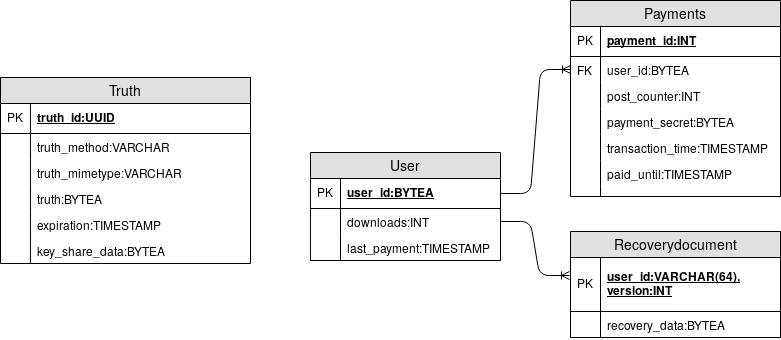
Earlier version of the draw.io export anastasis-db.png (prototypefund/Digital_Bargeld-docs). Source tidied: cells renumbered, new cells last; positions are measured from the earlier drawing's top-left corner, leaving out a move shared by most shapes. The source it was exported from:
```xml
<mxGraphModel>
  <root>
    <mxCell id="0" />
    <mxCell id="1" parent="0" />
    <mxCell id="2" value="User" style="swimlane;fontStyle=0;horizontal=1;startSize=26;fillColor=#e0e0e0;swimlaneFillColor=#ffffff;align=center;fontSize=14;" parent="1" vertex="1">
      <mxGeometry x="310" y="152" width="190" height="108" as="geometry" />
    </mxCell>
    <mxCell id="3" value="user_id:BYTEA" style="shape=partialRectangle;top=0;left=0;right=0;bottom=1;align=left;verticalAlign=middle;fillColor=none;spacingLeft=34;spacingRight=4;overflow=hidden;points=[[0,0.5],[1,0.5]];portConstraint=eastwest;fontStyle=5;fontSize=12;" parent="2" vertex="1">
      <mxGeometry y="26" width="190" height="30" as="geometry" />
    </mxCell>
    <mxCell id="4" value="PK" style="shape=partialRectangle;top=0;left=0;bottom=0;fillColor=none;align=left;verticalAlign=middle;spacingLeft=4;spacingRight=4;overflow=hidden;fontSize=12;" parent="3" vertex="1">
      <mxGeometry width="30" height="30" as="geometry" />
    </mxCell>
    <mxCell id="5" value="downloads:INT" style="shape=partialRectangle;top=0;left=0;right=0;bottom=0;align=left;verticalAlign=top;fillColor=none;spacingLeft=34;spacingRight=4;overflow=hidden;points=[[0,0.5],[1,0.5]];portConstraint=eastwest;fontSize=12;" parent="2" vertex="1">
      <mxGeometry y="56" width="190" height="26" as="geometry" />
    </mxCell>
    <mxCell id="6" style="shape=partialRectangle;top=0;left=0;bottom=0;fillColor=none;align=left;verticalAlign=top;spacingLeft=4;spacingRight=4;overflow=hidden;fontSize=12;" parent="5" vertex="1">
      <mxGeometry width="30" height="26" as="geometry" />
    </mxCell>
    <mxCell id="7" value="last_payment:TIMESTAMP" style="shape=partialRectangle;top=0;left=0;right=0;bottom=1;align=left;verticalAlign=top;fillColor=none;spacingLeft=34;spacingRight=4;overflow=hidden;fontSize=12;" parent="2" vertex="1">
      <mxGeometry y="82" width="190" height="26" as="geometry" />
    </mxCell>
    <mxCell id="8" style="shape=partialRectangle;top=0;left=0;bottom=0;fillColor=none;align=left;verticalAlign=top;spacingLeft=4;spacingRight=4;overflow=hidden;fontSize=12;" parent="7" vertex="1">
      <mxGeometry width="30" height="26" as="geometry" />
    </mxCell>
    <mxCell id="9" value="Truth" style="swimlane;fontStyle=0;horizontal=1;startSize=26;fillColor=#e0e0e0;swimlaneFillColor=#ffffff;align=center;fontSize=14;" parent="1" vertex="1">
      <mxGeometry y="77" width="250" height="186" as="geometry" />
    </mxCell>
    <mxCell id="10" value="truth_id:UUID" style="shape=partialRectangle;top=0;left=0;right=0;bottom=1;align=left;verticalAlign=middle;fillColor=none;spacingLeft=34;spacingRight=4;overflow=hidden;fontStyle=5;fontSize=12;" parent="9" vertex="1">
      <mxGeometry y="26" width="250" height="30" as="geometry" />
    </mxCell>
    <mxCell id="11" value="PK" style="shape=partialRectangle;top=0;left=0;bottom=0;fillColor=none;align=left;verticalAlign=middle;spacingLeft=4;spacingRight=4;overflow=hidden;fontSize=12;" parent="10" vertex="1">
      <mxGeometry width="30" height="30" as="geometry" />
    </mxCell>
    <mxCell id="12" value="truth_method:VARCHAR" style="shape=partialRectangle;top=0;left=0;right=0;bottom=0;align=left;verticalAlign=top;fillColor=none;spacingLeft=34;spacingRight=4;overflow=hidden;fontSize=12;" parent="9" vertex="1">
      <mxGeometry y="56" width="250" height="26" as="geometry" />
    </mxCell>
    <mxCell id="13" style="shape=partialRectangle;top=0;left=0;bottom=0;fillColor=none;align=left;verticalAlign=top;spacingLeft=4;spacingRight=4;overflow=hidden;fontSize=12;" parent="12" vertex="1">
      <mxGeometry width="30" height="26" as="geometry" />
    </mxCell>
    <mxCell id="14" value="truth_mimetype:VARCHAR" style="shape=partialRectangle;top=0;left=0;right=0;bottom=0;align=left;verticalAlign=top;fillColor=none;spacingLeft=34;spacingRight=4;overflow=hidden;fontSize=12;" parent="9" vertex="1">
      <mxGeometry y="82" width="250" height="26" as="geometry" />
    </mxCell>
    <mxCell id="15" style="shape=partialRectangle;top=0;left=0;bottom=0;fillColor=none;align=left;verticalAlign=top;spacingLeft=4;spacingRight=4;overflow=hidden;fontSize=12;" parent="14" vertex="1">
      <mxGeometry width="30" height="26" as="geometry" />
    </mxCell>
    <mxCell id="16" value="truth:BYTEA" style="shape=partialRectangle;top=0;left=0;right=0;bottom=0;align=left;verticalAlign=top;fillColor=none;spacingLeft=34;spacingRight=4;overflow=hidden;fontSize=12;" parent="9" vertex="1">
      <mxGeometry y="108" width="250" height="26" as="geometry" />
    </mxCell>
    <mxCell id="17" style="shape=partialRectangle;top=0;left=0;bottom=0;fillColor=none;align=left;verticalAlign=top;spacingLeft=4;spacingRight=4;overflow=hidden;fontSize=12;" parent="16" vertex="1">
      <mxGeometry width="30" height="26" as="geometry" />
    </mxCell>
    <mxCell id="18" value="expiration:TIMESTAMP" style="shape=partialRectangle;top=0;left=0;right=0;bottom=0;align=left;verticalAlign=top;fillColor=none;spacingLeft=34;spacingRight=4;overflow=hidden;fontSize=12;" parent="9" vertex="1">
      <mxGeometry y="134" width="250" height="26" as="geometry" />
    </mxCell>
    <mxCell id="19" style="shape=partialRectangle;top=0;left=0;bottom=0;fillColor=none;align=left;verticalAlign=top;spacingLeft=4;spacingRight=4;overflow=hidden;fontSize=12;" parent="18" vertex="1">
      <mxGeometry width="30" height="26" as="geometry" />
    </mxCell>
    <mxCell id="20" value="key_share_data:BYTEA" style="shape=partialRectangle;top=0;left=0;right=0;bottom=0;align=left;verticalAlign=top;fillColor=none;spacingLeft=34;spacingRight=4;overflow=hidden;fontSize=12;" parent="9" vertex="1">
      <mxGeometry y="160" width="250" height="26" as="geometry" />
    </mxCell>
    <mxCell id="21" style="shape=partialRectangle;top=0;left=0;bottom=0;fillColor=none;align=left;verticalAlign=top;spacingLeft=4;spacingRight=4;overflow=hidden;fontSize=12;" parent="20" vertex="1">
      <mxGeometry width="30" height="26" as="geometry" />
    </mxCell>
    <mxCell id="22" value="Recoverydocument" style="swimlane;fontStyle=0;horizontal=1;startSize=26;fillColor=#e0e0e0;swimlaneFillColor=#ffffff;align=center;fontSize=14;" parent="1" vertex="1">
      <mxGeometry x="570" y="231" width="210" height="106" as="geometry" />
    </mxCell>
    <mxCell id="23" value="user_id:VARCHAR(64),&#10;version:INT" style="shape=partialRectangle;top=0;left=0;right=0;bottom=1;align=left;verticalAlign=middle;fillColor=none;spacingLeft=34;spacingRight=4;overflow=hidden;points=[[0,0.5],[1,0.5]];portConstraint=eastwest;fontStyle=5;fontSize=12;" parent="22" vertex="1">
      <mxGeometry y="26" width="210" height="54" as="geometry" />
    </mxCell>
    <mxCell id="24" value="PK" style="shape=partialRectangle;top=0;left=0;bottom=0;fillColor=none;align=left;verticalAlign=middle;spacingLeft=4;spacingRight=4;overflow=hidden;fontSize=12;" parent="23" vertex="1">
      <mxGeometry width="30" height="54" as="geometry" />
    </mxCell>
    <mxCell id="25" value="recovery_data:BYTEA" style="shape=partialRectangle;top=0;left=0;right=0;bottom=0;align=left;verticalAlign=top;fillColor=none;spacingLeft=34;spacingRight=4;overflow=hidden;fontSize=12;" parent="22" vertex="1">
      <mxGeometry y="80" width="210" height="26" as="geometry" />
    </mxCell>
    <mxCell id="26" style="shape=partialRectangle;top=0;left=0;bottom=0;fillColor=none;align=left;verticalAlign=top;spacingLeft=4;spacingRight=4;overflow=hidden;fontSize=12;" parent="25" vertex="1">
      <mxGeometry width="30" height="26" as="geometry" />
    </mxCell>
    <mxCell id="27" value="Payments" style="swimlane;fontStyle=0;horizontal=1;startSize=26;fillColor=#e0e0e0;swimlaneFillColor=#ffffff;align=center;fontSize=14;" parent="1" vertex="1">
      <mxGeometry x="570" width="210" height="196" as="geometry" />
    </mxCell>
    <mxCell id="28" value="payment_id:INT" style="shape=partialRectangle;top=0;left=0;right=0;bottom=1;align=left;verticalAlign=middle;fillColor=none;spacingLeft=34;spacingRight=4;overflow=hidden;fontStyle=5;fontSize=12;" parent="27" vertex="1">
      <mxGeometry y="26" width="210" height="30" as="geometry" />
    </mxCell>
    <mxCell id="29" value="PK" style="shape=partialRectangle;top=0;left=0;bottom=0;fillColor=none;align=left;verticalAlign=middle;spacingLeft=4;spacingRight=4;overflow=hidden;fontSize=12;" parent="28" vertex="1">
      <mxGeometry width="30" height="30" as="geometry" />
    </mxCell>
    <mxCell id="30" value="user_id:BYTEA" style="shape=partialRectangle;top=0;left=0;right=0;bottom=0;align=left;verticalAlign=top;fillColor=none;spacingLeft=34;spacingRight=4;overflow=hidden;points=[[0,0.5],[1,0.5]];portConstraint=eastwest;fontSize=12;" parent="27" vertex="1">
      <mxGeometry y="56" width="210" height="26" as="geometry" />
    </mxCell>
    <mxCell id="31" value="FK" style="shape=partialRectangle;top=0;left=0;bottom=0;fillColor=none;align=left;verticalAlign=top;spacingLeft=4;spacingRight=4;overflow=hidden;fontSize=12;" parent="30" vertex="1">
      <mxGeometry width="30" height="26" as="geometry" />
    </mxCell>
    <mxCell id="32" value="post_counter:INT" style="shape=partialRectangle;top=0;left=0;right=0;bottom=0;align=left;verticalAlign=top;fillColor=none;spacingLeft=34;spacingRight=4;overflow=hidden;fontSize=12;" parent="27" vertex="1">
      <mxGeometry y="82" width="210" height="26" as="geometry" />
    </mxCell>
    <mxCell id="33" style="shape=partialRectangle;top=0;left=0;bottom=0;fillColor=none;align=left;verticalAlign=top;spacingLeft=4;spacingRight=4;overflow=hidden;fontSize=12;" parent="32" vertex="1">
      <mxGeometry width="30" height="26" as="geometry" />
    </mxCell>
    <mxCell id="34" value="payment_secret:BYTEA" style="shape=partialRectangle;top=0;left=0;right=0;bottom=0;align=left;verticalAlign=top;fillColor=none;spacingLeft=34;spacingRight=4;overflow=hidden;fontSize=12;" parent="27" vertex="1">
      <mxGeometry y="108" width="210" height="26" as="geometry" />
    </mxCell>
    <mxCell id="35" style="shape=partialRectangle;top=0;left=0;bottom=0;fillColor=none;align=left;verticalAlign=top;spacingLeft=4;spacingRight=4;overflow=hidden;fontSize=12;" parent="34" vertex="1">
      <mxGeometry width="30" height="26" as="geometry" />
    </mxCell>
    <mxCell id="36" value="transaction_time:TIMESTAMP" style="shape=partialRectangle;top=0;left=0;right=0;bottom=0;align=left;verticalAlign=top;fillColor=none;spacingLeft=34;spacingRight=4;overflow=hidden;fontSize=12;" parent="27" vertex="1">
      <mxGeometry y="134" width="210" height="26" as="geometry" />
    </mxCell>
    <mxCell id="37" style="shape=partialRectangle;top=0;left=0;bottom=0;fillColor=none;align=left;verticalAlign=top;spacingLeft=4;spacingRight=4;overflow=hidden;fontSize=12;" parent="36" vertex="1">
      <mxGeometry width="30" height="26" as="geometry" />
    </mxCell>
    <mxCell id="38" value="paid_until:TIMESTAMP" style="shape=partialRectangle;top=0;left=0;right=0;bottom=0;align=left;verticalAlign=top;fillColor=none;spacingLeft=34;spacingRight=4;overflow=hidden;fontSize=12;" parent="27" vertex="1">
      <mxGeometry y="160" width="210" height="26" as="geometry" />
    </mxCell>
    <mxCell id="39" style="shape=partialRectangle;top=0;left=0;bottom=0;fillColor=none;align=left;verticalAlign=top;spacingLeft=4;spacingRight=4;overflow=hidden;fontSize=12;" parent="38" vertex="1">
      <mxGeometry width="30" height="26" as="geometry" />
    </mxCell>
    <mxCell id="40" style="shape=partialRectangle;top=0;left=0;right=0;bottom=0;align=left;verticalAlign=top;fillColor=none;spacingLeft=34;spacingRight=4;overflow=hidden;fontSize=12;" parent="27" vertex="1">
      <mxGeometry y="186" width="210" height="10" as="geometry" />
    </mxCell>
    <mxCell id="41" style="shape=partialRectangle;top=0;left=0;bottom=0;fillColor=none;align=left;verticalAlign=top;spacingLeft=4;spacingRight=4;overflow=hidden;fontSize=12;" parent="40" vertex="1">
      <mxGeometry width="30" height="10" as="geometry" />
    </mxCell>
    <mxCell id="42" style="edgeStyle=entityRelationEdgeStyle;fontSize=12;html=1;endArrow=ERoneToMany;exitX=1;exitY=0.5;exitDx=0;exitDy=0;entryX=0;entryY=0.5;entryDx=0;entryDy=0;" parent="1" edge="1" source="3" target="30">
      <mxGeometry relative="1" as="geometry" />
    </mxCell>
    <mxCell id="43" style="edgeStyle=entityRelationEdgeStyle;fontSize=12;html=1;endArrow=ERoneToMany;entryX=-0.005;entryY=0.333;entryDx=0;entryDy=0;entryPerimeter=0;exitX=1;exitY=0.5;exitDx=0;exitDy=0;" parent="1" edge="1" source="5" target="23">
      <mxGeometry relative="1" as="geometry" />
    </mxCell>
  </root>
</mxGraphModel>
```
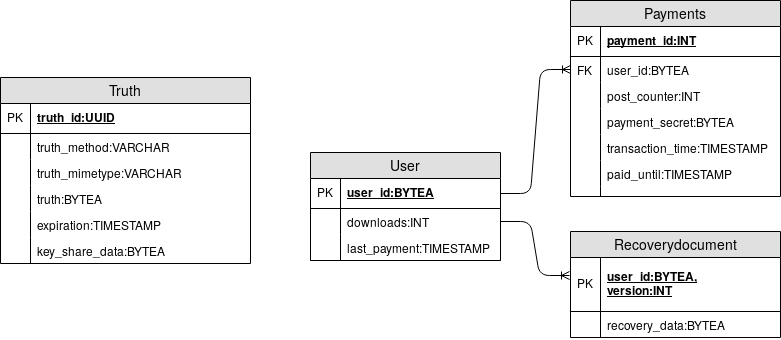
Above is the later version.

Commit message:
Modified anastasis db schema and corrected specification in truth api

The edit, as a diff of the source:
```diff
@@ -65,7 +65,7 @@
     <mxCell id="22" value="Recoverydocument" style="swimlane;fontStyle=0;horizontal=1;startSize=26;fillColor=#e0e0e0;swimlaneFillColor=#ffffff;align=center;fontSize=14;" parent="1" vertex="1">
       <mxGeometry x="570" y="231" width="210" height="106" as="geometry" />
     </mxCell>
-    <mxCell id="23" value="user_id:VARCHAR(64),&#10;version:INT" style="shape=partialRectangle;top=0;left=0;right=0;bottom=1;align=left;verticalAlign=middle;fillColor=none;spacingLeft=34;spacingRight=4;overflow=hidden;points=[[0,0.5],[1,0.5]];portConstraint=eastwest;fontStyle=5;fontSize=12;" parent="22" vertex="1">
+    <mxCell id="23" value="user_id:BYTEA,&#10;version:INT" style="shape=partialRectangle;top=0;left=0;right=0;bottom=1;align=left;verticalAlign=middle;fillColor=none;spacingLeft=34;spacingRight=4;overflow=hidden;points=[[0,0.5],[1,0.5]];portConstraint=eastwest;fontStyle=5;fontSize=12;" parent="22" vertex="1">
       <mxGeometry y="26" width="210" height="54" as="geometry" />
     </mxCell>
     <mxCell id="24" value="PK" style="shape=partialRectangle;top=0;left=0;bottom=0;fillColor=none;align=left;verticalAlign=middle;spacingLeft=4;spacingRight=4;overflow=hidden;fontSize=12;" parent="23" vertex="1">
```
